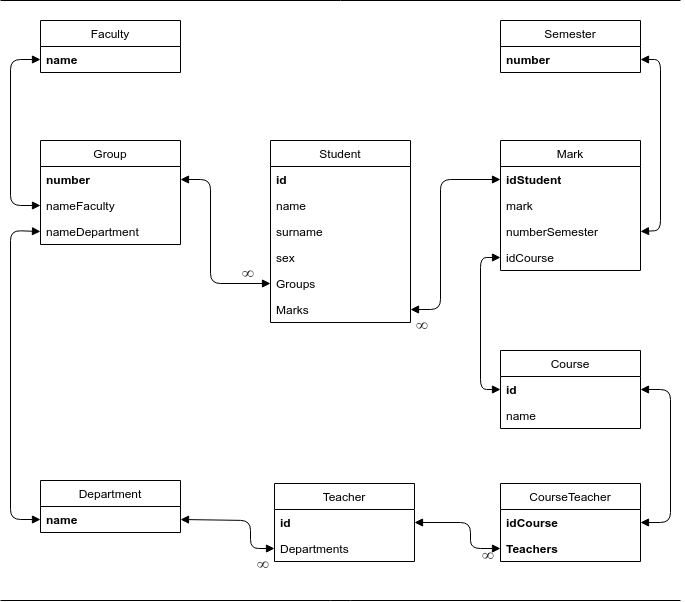
Above: picture/Uml2.png in moevm/nosql2h19-marks-mongo (draw.io), before the change. Source tidied: cells renumbered, new cells last; positions are measured from the earlier drawing's top-left corner, leaving out a move shared by most shapes.
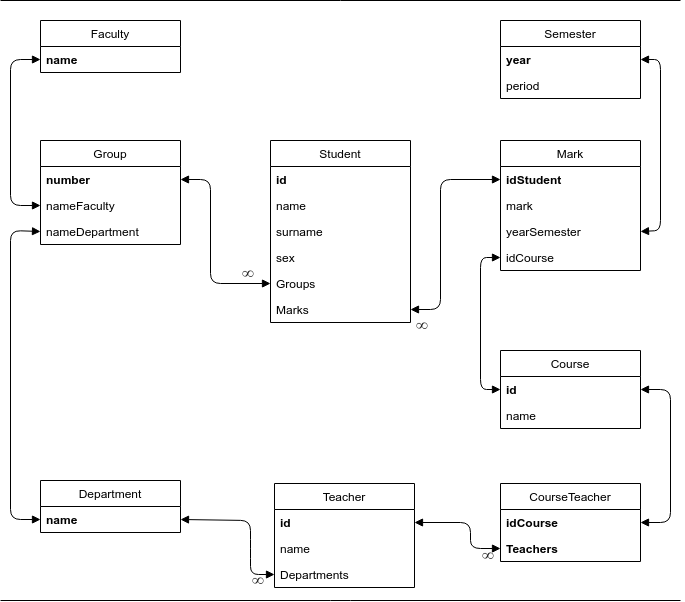
The same file after the commit.

Diff of the diagram source:
```diff
@@ -6,7 +6,7 @@
       <mxGeometry x="480" y="542" width="30" height="20" as="geometry" />
     </mxCell>
     <mxCell id="3" value="&lt;span style=&quot;color: rgb(34 , 34 , 34) ; font-family: &amp;#34;times&amp;#34; , serif , &amp;#34;palatino linotype&amp;#34; , &amp;#34;new athena unicode&amp;#34; , &amp;#34;athena&amp;#34; , &amp;#34;gentium&amp;#34; , &amp;#34;code2000&amp;#34; ; font-size: 16.8px ; background-color: rgb(255 , 255 , 255)&quot;&gt;∞&lt;/span&gt;" style="text;html=1;align=left;verticalAlign=top;spacingTop=-4;" parent="1" vertex="1">
-      <mxGeometry x="255" y="551" width="30" height="20" as="geometry" />
+      <mxGeometry x="250" y="567" width="30" height="20" as="geometry" />
     </mxCell>
     <mxCell id="4" value="Student" style="swimlane;fontStyle=0;horizontal=1;startSize=26;fillColor=none;" parent="1" vertex="1">
       <mxGeometry x="270" y="140" width="140" height="182" as="geometry" />
@@ -38,7 +38,7 @@
     <mxCell id="13" value="mark" style="text;strokeColor=none;fillColor=none;align=left;verticalAlign=top;spacingLeft=4;spacingRight=4;overflow=hidden;" parent="11" vertex="1">
       <mxGeometry y="52" width="140" height="26" as="geometry" />
     </mxCell>
-    <mxCell id="14" value="numberSemester" style="text;strokeColor=none;fillColor=none;align=left;verticalAlign=top;spacingLeft=4;spacingRight=4;overflow=hidden;points=[[0,0.5],[1,0.5]];portConstraint=eastwest;fontStyle=0;" parent="11" vertex="1">
+    <mxCell id="14" value="yearSemester" style="text;strokeColor=none;fillColor=none;align=left;verticalAlign=top;spacingLeft=4;spacingRight=4;overflow=hidden;points=[[0,0.5],[1,0.5]];portConstraint=eastwest;fontStyle=0;" parent="11" vertex="1">
       <mxGeometry y="78" width="140" height="26" as="geometry" />
     </mxCell>
     <mxCell id="15" value="idCourse" style="text;strokeColor=none;fillColor=none;align=left;verticalAlign=top;spacingLeft=4;spacingRight=4;overflow=hidden;points=[[0,0.5],[1,0.5]];portConstraint=eastwest;fontStyle=0;" parent="11" vertex="1">
@@ -75,14 +75,17 @@
       <mxGeometry y="52" width="140" height="26" as="geometry" />
     </mxCell>
     <mxCell id="26" value="Teacher" style="swimlane;fontStyle=0;horizontal=1;startSize=26;fillColor=none;" parent="1" vertex="1">
-      <mxGeometry x="274" y="483" width="140" height="78" as="geometry" />
+      <mxGeometry x="274" y="483" width="140" height="104" as="geometry" />
     </mxCell>
     <mxCell id="27" value="id" style="text;strokeColor=none;fillColor=none;align=left;verticalAlign=top;spacingLeft=4;spacingRight=4;overflow=hidden;points=[[0,0.5],[1,0.5]];portConstraint=eastwest;fontStyle=1;" parent="26" vertex="1">
       <mxGeometry y="26" width="140" height="26" as="geometry" />
     </mxCell>
-    <mxCell id="28" value="Departments" style="text;strokeColor=none;fillColor=none;align=left;verticalAlign=top;spacingLeft=4;spacingRight=4;overflow=hidden;points=[[0,0.5],[1,0.5]];portConstraint=eastwest;fontStyle=0;" parent="26" vertex="1">
+    <mxCell id="28" value="name" style="text;strokeColor=none;fillColor=none;align=left;verticalAlign=top;spacingLeft=4;spacingRight=4;overflow=hidden;points=[[0,0.5],[1,0.5]];portConstraint=eastwest;fontStyle=0;" parent="26" vertex="1">
       <mxGeometry y="52" width="140" height="26" as="geometry" />
     </mxCell>
+    <mxCell id="49" value="Departments" style="text;strokeColor=none;fillColor=none;align=left;verticalAlign=top;spacingLeft=4;spacingRight=4;overflow=hidden;points=[[0,0.5],[1,0.5]];portConstraint=eastwest;fontStyle=0;" parent="26" vertex="1">
+      <mxGeometry y="78" width="140" height="26" as="geometry" />
+    </mxCell>
     <mxCell id="29" value="Department" style="swimlane;fontStyle=0;horizontal=1;startSize=26;fillColor=none;" parent="1" vertex="1">
       <mxGeometry x="40" y="480" width="140" height="52" as="geometry" />
     </mxCell>
@@ -96,11 +99,14 @@
       <mxGeometry y="26" width="140" height="26" as="geometry" />
     </mxCell>
     <mxCell id="33" value="Semester" style="swimlane;fontStyle=0;horizontal=1;startSize=26;fillColor=none;" parent="1" vertex="1">
-      <mxGeometry x="500" y="20" width="140" height="52" as="geometry" />
+      <mxGeometry x="500" y="20" width="140" height="78" as="geometry" />
     </mxCell>
-    <mxCell id="34" value="number" style="text;strokeColor=none;fillColor=none;align=left;verticalAlign=top;spacingLeft=4;spacingRight=4;overflow=hidden;points=[[0,0.5],[1,0.5]];portConstraint=eastwest;fontStyle=1;" parent="33" vertex="1">
+    <mxCell id="34" value="year" style="text;strokeColor=none;fillColor=none;align=left;verticalAlign=top;spacingLeft=4;spacingRight=4;overflow=hidden;points=[[0,0.5],[1,0.5]];portConstraint=eastwest;fontStyle=1;" parent="33" vertex="1">
       <mxGeometry y="26" width="140" height="26" as="geometry" />
     </mxCell>
+    <mxCell id="50" value="period" style="text;strokeColor=none;fillColor=none;align=left;verticalAlign=top;spacingLeft=4;spacingRight=4;overflow=hidden;fontStyle=0;" parent="33" vertex="1">
+      <mxGeometry y="52" width="140" height="26" as="geometry" />
+    </mxCell>
     <mxCell id="35" style="endArrow=none;html=1;" parent="1" edge="1">
       <mxGeometry relative="1" as="geometry">
         <mxPoint as="sourcePoint" />
@@ -132,11 +138,12 @@
         </Array>
       </mxGeometry>
     </mxCell>
-    <mxCell id="39" style="endArrow=block;startArrow=block;endFill=1;startFill=1;html=1;entryX=0;entryY=0.5;entryDx=0;entryDy=0;exitX=1;exitY=0.5;exitDx=0;exitDy=0;" parent="1" edge="1" source="30" target="28">
+    <mxCell id="39" style="endArrow=block;startArrow=block;endFill=1;startFill=1;html=1;entryX=0;entryY=0.5;entryDx=0;entryDy=0;exitX=1;exitY=0.5;exitDx=0;exitDy=0;" parent="1" edge="1" source="30" target="49">
       <mxGeometry relative="1" as="geometry">
         <Array as="points">
           <mxPoint x="250" y="520" />
           <mxPoint x="250" y="548" />
+          <mxPoint x="250" y="574" />
         </Array>
       </mxGeometry>
     </mxCell>
```
